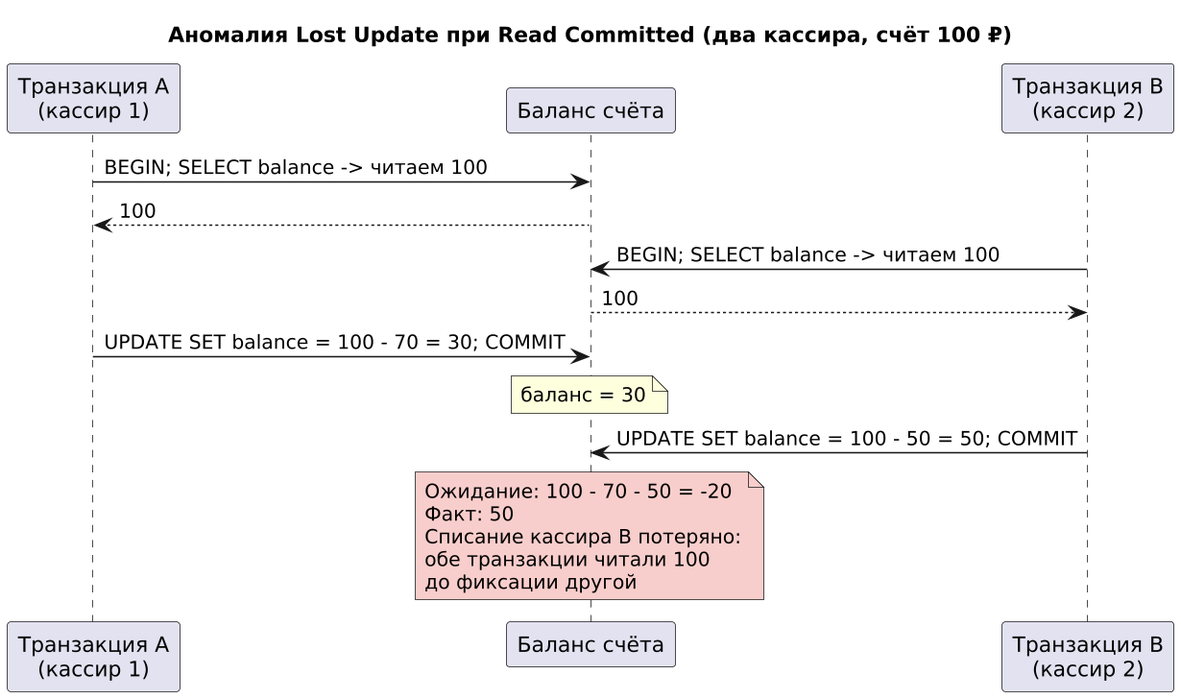
Above: images_m4/m4_03_isolation_anomaly.png in maedodo11/fullstack-system-analyst (PlantUML), before the change. Its source is kept beside it as puml_m4/m4_03_isolation_anomaly.puml.
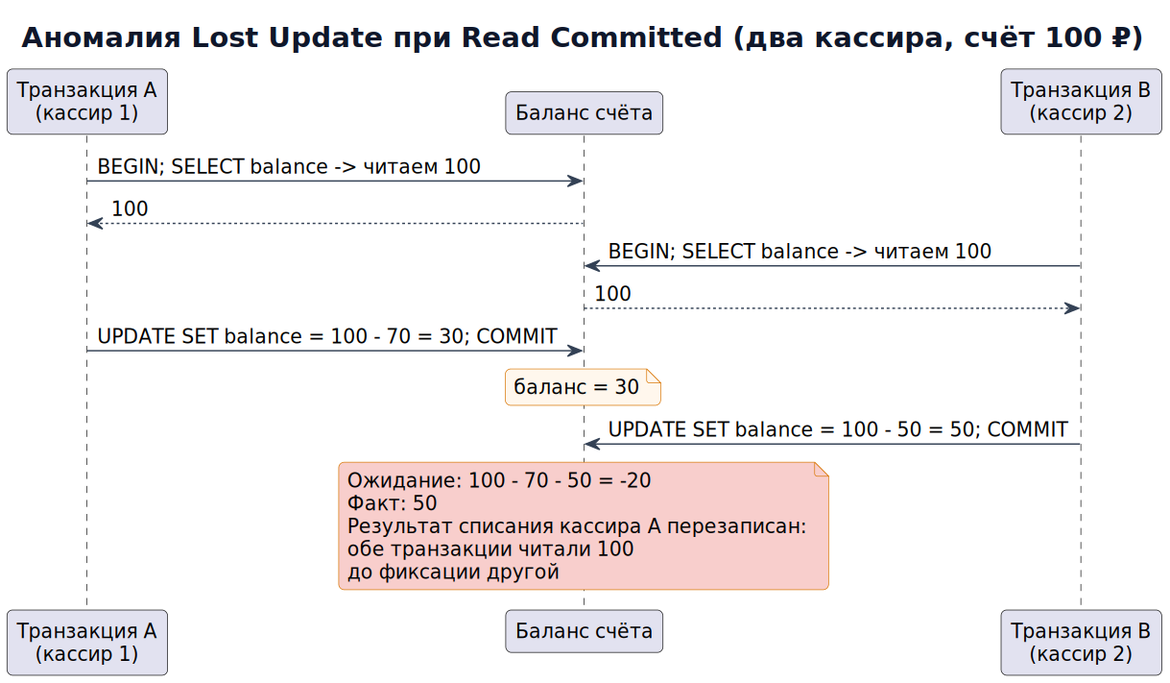
After the change.

What changed in the source:
```diff
@@ -1,7 +1,15 @@
 @startuml m4_03_isolation_anomaly
-!pragma layout smetana
-skinparam dpi 150
-skinparam defaultFontName DejaVu Sans
+skinparam defaultFontName "DejaVu Sans"
+skinparam defaultFontSize 14
+skinparam backgroundColor #FFFFFF
+skinparam shadowing false
+skinparam roundcorner 8
+skinparam ArrowColor #334155
+skinparam titleFontColor #0F172A
+skinparam titleFontSize 20
+skinparam noteBackgroundColor #FFF7ED
+skinparam noteBorderColor #D97706
+skinparam dpi 140
 title Аномалия Lost Update при Read Committed (два кассира, счёт 100 ₽)
 
 participant "Транзакция A\n(кассир 1)" as TA
@@ -15,5 +23,5 @@
 TA -> BAL : UPDATE SET balance = 100 - 70 = 30; COMMIT
 note over BAL : баланс = 30
 TB -> BAL : UPDATE SET balance = 100 - 50 = 50; COMMIT
-note over BAL #F8CECC : Ожидание: 100 - 70 - 50 = -20\nФакт: 50\nСписание кассира B потеряно:\nобе транзакции читали 100\nдо фиксации другой
+note over BAL #F8CECC : Ожидание: 100 - 70 - 50 = -20\nФакт: 50\nРезультат списания кассира A перезаписан:\nобе транзакции читали 100\nдо фиксации другой
 @enduml
```
